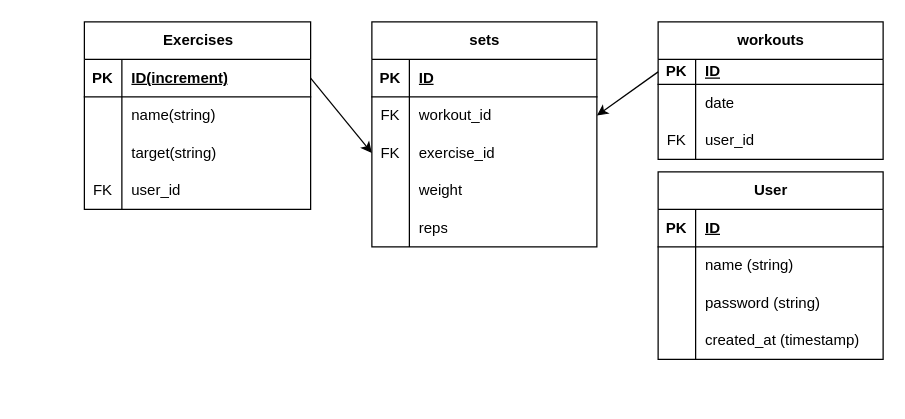
Earlier version of the draw.io diagram ER.drawio (NaokiMiyamotoJeraTr/workout-log). Source tidied: cells renumbered, new cells numbered last; positions are measured from the earlier drawing's top-left corner, leaving out a move shared by most shapes. Both pictures are drawn from the tidied source at 125%, with x=0, y=0 at pixel (84, 21).
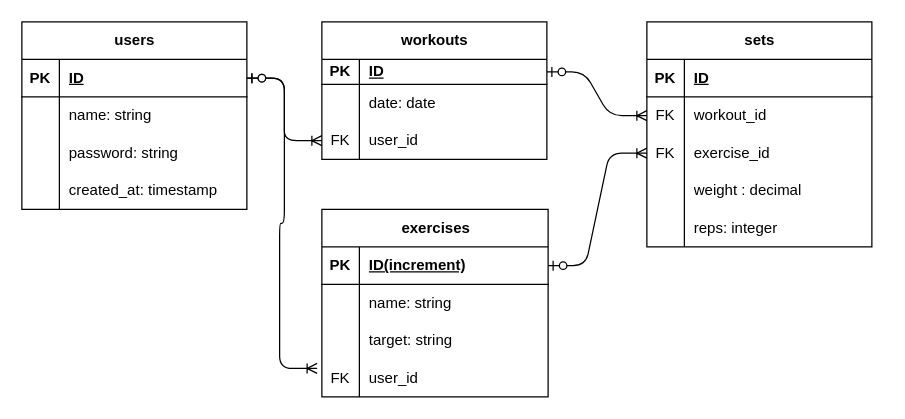
The same diagram, later.

Unchanged cells that the change refers to:
```xml
<mxCell id="4" style="shape=tableRow;horizontal=0;startSize=0;swimlaneHead=0;swimlaneBody=0;fillColor=none;points=[[0,0.5],[1,0.5]];portConstraint=eastwest;top=0;left=0;right=0;bottom=1;" parent="3" vertex="1">
  <mxGeometry y="30" width="181" height="30" as="geometry" />
</mxCell>
<mxCell id="7" style="shape=tableRow;horizontal=0;startSize=0;swimlaneHead=0;swimlaneBody=0;fillColor=none;top=0;left=0;right=0;bottom=0;" parent="3" vertex="1">
  <mxGeometry y="60" width="181" height="30" as="geometry" />
</mxCell>
<mxCell id="10" style="shape=tableRow;horizontal=0;startSize=0;swimlaneHead=0;swimlaneBody=0;fillColor=none;top=0;left=0;right=0;bottom=0;" parent="3" vertex="1">
  <mxGeometry y="90" width="181" height="30" as="geometry" />
</mxCell>
<mxCell id="13" style="shape=tableRow;horizontal=0;startSize=0;swimlaneHead=0;swimlaneBody=0;fillColor=none;points=[[0,0.5],[1,0.5]];portConstraint=eastwest;top=0;left=0;right=0;bottom=0;" parent="3" vertex="1">
  <mxGeometry y="120" width="181" height="30" as="geometry" />
</mxCell>
<mxCell id="18" style="shape=tableRow;horizontal=0;startSize=0;swimlaneHead=0;swimlaneBody=0;fillColor=none;points=[[0,0.5],[1,0.5]];portConstraint=eastwest;top=0;left=0;right=0;bottom=1;" parent="17" vertex="1">
  <mxGeometry y="30" width="180" height="20" as="geometry" />
</mxCell>
<mxCell id="21" style="shape=tableRow;horizontal=0;startSize=0;swimlaneHead=0;swimlaneBody=0;fillColor=none;top=0;left=0;right=0;bottom=0;" parent="17" vertex="1">
  <mxGeometry y="50" width="180" height="30" as="geometry" />
</mxCell>
<mxCell id="24" style="shape=tableRow;horizontal=0;startSize=0;swimlaneHead=0;swimlaneBody=0;fillColor=none;points=[[0,0.5],[1,0.5]];portConstraint=eastwest;top=0;left=0;right=0;bottom=0;" parent="17" vertex="1">
  <mxGeometry y="80" width="180" height="30" as="geometry" />
</mxCell>
<mxCell id="31" style="shape=tableRow;horizontal=0;startSize=0;swimlaneHead=0;swimlaneBody=0;fillColor=none;points=[[0,0.5],[1,0.5]];portConstraint=eastwest;top=0;left=0;right=0;bottom=0;" parent="27" vertex="1">
  <mxGeometry y="60" width="180" height="30" as="geometry" />
</mxCell>
<mxCell id="34" style="shape=tableRow;horizontal=0;startSize=0;swimlaneHead=0;swimlaneBody=0;fillColor=none;points=[[0,0.5],[1,0.5]];portConstraint=eastwest;top=0;left=0;right=0;bottom=0;" parent="27" vertex="1">
  <mxGeometry y="90" width="180" height="30" as="geometry" />
</mxCell>
<mxCell id="37" style="shape=tableRow;horizontal=0;startSize=0;swimlaneHead=0;swimlaneBody=0;fillColor=none;top=0;left=0;right=0;bottom=0;" parent="27" vertex="1">
  <mxGeometry y="120" width="180" height="30" as="geometry" />
</mxCell>
<mxCell id="40" style="shape=tableRow;horizontal=0;startSize=0;swimlaneHead=0;swimlaneBody=0;fillColor=none;top=0;left=0;right=0;bottom=0;" parent="27" vertex="1">
  <mxGeometry y="150" width="180" height="30" as="geometry" />
</mxCell>
<mxCell id="44" style="shape=tableRow;horizontal=0;startSize=0;swimlaneHead=0;swimlaneBody=0;fillColor=none;points=[[0,0.5],[1,0.5]];portConstraint=eastwest;top=0;left=0;right=0;bottom=1;" parent="43" vertex="1">
  <mxGeometry y="30" width="180" height="30" as="geometry" />
</mxCell>
<mxCell id="47" style="shape=tableRow;horizontal=0;startSize=0;swimlaneHead=0;swimlaneBody=0;fillColor=none;top=0;left=0;right=0;bottom=0;" parent="43" vertex="1">
  <mxGeometry y="60" width="180" height="30" as="geometry" />
</mxCell>
<mxCell id="50" style="shape=tableRow;horizontal=0;startSize=0;swimlaneHead=0;swimlaneBody=0;fillColor=none;top=0;left=0;right=0;bottom=0;" parent="43" vertex="1">
  <mxGeometry y="90" width="180" height="30" as="geometry" />
</mxCell>
<mxCell id="53" style="shape=tableRow;horizontal=0;startSize=0;swimlaneHead=0;swimlaneBody=0;fillColor=none;top=0;left=0;right=0;bottom=0;" parent="43" vertex="1">
  <mxGeometry y="120" width="180" height="30" as="geometry" />
</mxCell>
```

Change to the diagram source:
```diff
@@
-    <mxCell id="2" style="edgeStyle=none;html=1;entryX=0;entryY=0.5;entryDx=0;entryDy=0;exitX=1;exitY=0.5;exitDx=0;exitDy=0;" parent="1" edge="1" source="4" target="34">
-      <mxGeometry relative="1" as="geometry" />
-    </mxCell>
-    <mxCell id="3" value="Exercises" style="shape=table;startSize=30;childLayout=tableLayout;rowLines=0;fontStyle=1;align=center;html=1;" parent="1" vertex="1">
-      <mxGeometry width="181" height="150" as="geometry" />
+    <mxCell id="3" value="exercises" style="shape=table;startSize=30;childLayout=tableLayout;rowLines=0;fontStyle=1;align=center;html=1;" parent="1" vertex="1">
+      <mxGeometry x="190" y="150" width="181" height="150" as="geometry" />
     </mxCell>
@@
-    <mxCell id="9" value="name(string)" style="shape=partialRectangle;fillColor=none;top=0;left=0;bottom=0;right=0;align=left;spacingLeft=6;overflow=hidden;whiteSpace=wrap;html=1;" parent="7" vertex="1">
+    <mxCell id="9" value="name: string" style="shape=partialRectangle;fillColor=none;top=0;left=0;bottom=0;right=0;align=left;spacingLeft=6;overflow=hidden;whiteSpace=wrap;html=1;" parent="7" vertex="1">
       <mxGeometry x="30" width="151" height="30" as="geometry" />
     </mxCell>
@@
-    <mxCell id="12" value="target(string)" style="shape=partialRectangle;fillColor=none;top=0;left=0;bottom=0;right=0;align=left;spacingLeft=6;overflow=hidden;whiteSpace=wrap;html=1;" parent="10" vertex="1">
+    <mxCell id="12" value="target: string" style="shape=partialRectangle;fillColor=none;top=0;left=0;bottom=0;right=0;align=left;spacingLeft=6;overflow=hidden;whiteSpace=wrap;html=1;" parent="10" vertex="1">
       <mxGeometry x="30" width="151" height="30" as="geometry" />
     </mxCell>
@@
-    <mxCell id="16" style="edgeStyle=none;html=1;entryX=1;entryY=0.5;entryDx=0;entryDy=0;exitX=0;exitY=0.5;exitDx=0;exitDy=0;" parent="1" edge="1" source="18" target="31">
-      <mxGeometry relative="1" as="geometry" />
-    </mxCell>
     <mxCell id="17" value="workouts" style="shape=table;startSize=30;childLayout=tableLayout;rowLines=0;fontStyle=1;align=center;html=1;" parent="1" vertex="1">
-      <mxGeometry x="459" width="180" height="110" as="geometry" />
+      <mxGeometry x="190" width="180" height="110" as="geometry" />
     </mxCell>
@@
-    <mxCell id="23" value="date" style="shape=partialRectangle;fillColor=none;top=0;left=0;bottom=0;right=0;align=left;spacingLeft=6;overflow=hidden;whiteSpace=wrap;html=1;" parent="21" vertex="1">
+    <mxCell id="23" value="date: date" style="shape=partialRectangle;fillColor=none;top=0;left=0;bottom=0;right=0;align=left;spacingLeft=6;overflow=hidden;whiteSpace=wrap;html=1;" parent="21" vertex="1">
       <mxGeometry x="30" width="150" height="30" as="geometry" />
     </mxCell>
@@
     <mxCell id="27" value="sets" style="shape=table;startSize=30;childLayout=tableLayout;rowLines=0;fontStyle=1;align=center;html=1;" parent="1" vertex="1">
-      <mxGeometry x="230" width="180" height="180" as="geometry" />
+      <mxGeometry x="450" width="180" height="180" as="geometry" />
     </mxCell>
@@
-    <mxCell id="39" value="weight" style="shape=partialRectangle;fillColor=none;top=0;left=0;bottom=0;right=0;align=left;spacingLeft=6;overflow=hidden;whiteSpace=wrap;html=1;" parent="37" vertex="1">
+    <mxCell id="39" value="weight : decimal" style="shape=partialRectangle;fillColor=none;top=0;left=0;bottom=0;right=0;align=left;spacingLeft=6;overflow=hidden;whiteSpace=wrap;html=1;" parent="37" vertex="1">
       <mxGeometry x="30" width="150" height="30" as="geometry" />
     </mxCell>
@@
-    <mxCell id="42" value="reps" style="shape=partialRectangle;fillColor=none;top=0;left=0;bottom=0;right=0;align=left;spacingLeft=6;overflow=hidden;whiteSpace=wrap;html=1;" parent="40" vertex="1">
+    <mxCell id="42" value="reps: integer" style="shape=partialRectangle;fillColor=none;top=0;left=0;bottom=0;right=0;align=left;spacingLeft=6;overflow=hidden;whiteSpace=wrap;html=1;" parent="40" vertex="1">
       <mxGeometry x="30" width="150" height="30" as="geometry" />
     </mxCell>
-    <mxCell id="43" value="User" style="shape=table;startSize=30;childLayout=tableLayout;rowLines=0;fontStyle=1;align=center;html=1;" parent="1" vertex="1">
-      <mxGeometry x="459" y="120" width="180" height="150" as="geometry" />
+    <mxCell id="43" value="users" style="shape=table;startSize=30;childLayout=tableLayout;rowLines=0;fontStyle=1;align=center;html=1;" parent="1" vertex="1">
+      <mxGeometry x="-50" width="180" height="150" as="geometry" />
     </mxCell>
@@
-    <mxCell id="49" value="name (string)" style="shape=partialRectangle;fillColor=none;top=0;left=0;bottom=0;right=0;align=left;spacingLeft=6;overflow=hidden;whiteSpace=wrap;html=1;" parent="47" vertex="1">
+    <mxCell id="49" value="name: string" style="shape=partialRectangle;fillColor=none;top=0;left=0;bottom=0;right=0;align=left;spacingLeft=6;overflow=hidden;whiteSpace=wrap;html=1;" parent="47" vertex="1">
       <mxGeometry x="30" width="150" height="30" as="geometry" />
     </mxCell>
@@
-    <mxCell id="52" value="password (string)" style="shape=partialRectangle;fillColor=none;top=0;left=0;bottom=0;right=0;align=left;spacingLeft=6;overflow=hidden;whiteSpace=wrap;html=1;" parent="50" vertex="1">
+    <mxCell id="52" value="password: string" style="shape=partialRectangle;fillColor=none;top=0;left=0;bottom=0;right=0;align=left;spacingLeft=6;overflow=hidden;whiteSpace=wrap;html=1;" parent="50" vertex="1">
       <mxGeometry x="30" width="150" height="30" as="geometry" />
     </mxCell>
@@
-    <mxCell id="55" value="created_at (timestamp)" style="shape=partialRectangle;fillColor=none;top=0;left=0;bottom=0;right=0;align=left;spacingLeft=6;overflow=hidden;whiteSpace=wrap;html=1;" parent="53" vertex="1">
+    <mxCell id="55" value="created_at: timestamp" style="shape=partialRectangle;fillColor=none;top=0;left=0;bottom=0;right=0;align=left;spacingLeft=6;overflow=hidden;whiteSpace=wrap;html=1;" parent="53" vertex="1">
       <mxGeometry x="30" width="150" height="30" as="geometry" />
     </mxCell>
+    <mxCell id="56" style="edgeStyle=entityRelationEdgeStyle;fontSize=12;html=1;endArrow=ERoneToMany;startArrow=ERzeroToOne;exitX=1;exitY=0.5;exitDx=0;exitDy=0;entryX=0;entryY=0.5;entryDx=0;entryDy=0;" parent="1" edge="1" source="44" target="24">
+      <mxGeometry relative="1" as="geometry">
+        <Array as="points">
+          <mxPoint x="30" y="50" />
+        </Array>
+      </mxGeometry>
+    </mxCell>
+    <mxCell id="57" style="edgeStyle=entityRelationEdgeStyle;fontSize=12;html=1;endArrow=ERoneToMany;startArrow=ERzeroToOne;exitX=1;exitY=0.5;exitDx=0;exitDy=0;entryX=-0.021;entryY=0.24;entryDx=0;entryDy=0;entryPerimeter=0;" parent="1" edge="1" source="44" target="13">
+      <mxGeometry relative="1" as="geometry">
+        <Array as="points">
+          <mxPoint x="40" y="60" />
+        </Array>
+      </mxGeometry>
+    </mxCell>
+    <mxCell id="16" style="edgeStyle=entityRelationEdgeStyle;fontSize=12;html=1;endArrow=ERoneToMany;startArrow=ERzeroToOne;exitX=1;exitY=0.5;exitDx=0;exitDy=0;entryX=0;entryY=0.5;entryDx=0;entryDy=0;" parent="1" edge="1" source="18" target="31">
+      <mxGeometry relative="1" as="geometry">
+        <Array as="points">
+          <mxPoint x="304" y="70" />
+        </Array>
+      </mxGeometry>
+    </mxCell>
+    <mxCell id="2" style="edgeStyle=entityRelationEdgeStyle;fontSize=12;html=1;endArrow=ERoneToMany;startArrow=ERzeroToOne;exitX=1;exitY=0.5;exitDx=0;exitDy=0;entryX=0;entryY=0.5;entryDx=0;entryDy=0;" parent="1" edge="1" source="4" target="34">
+      <mxGeometry relative="1" as="geometry">
+        <Array as="points">
+          <mxPoint x="314" y="80" />
+        </Array>
+      </mxGeometry>
+    </mxCell>
```
